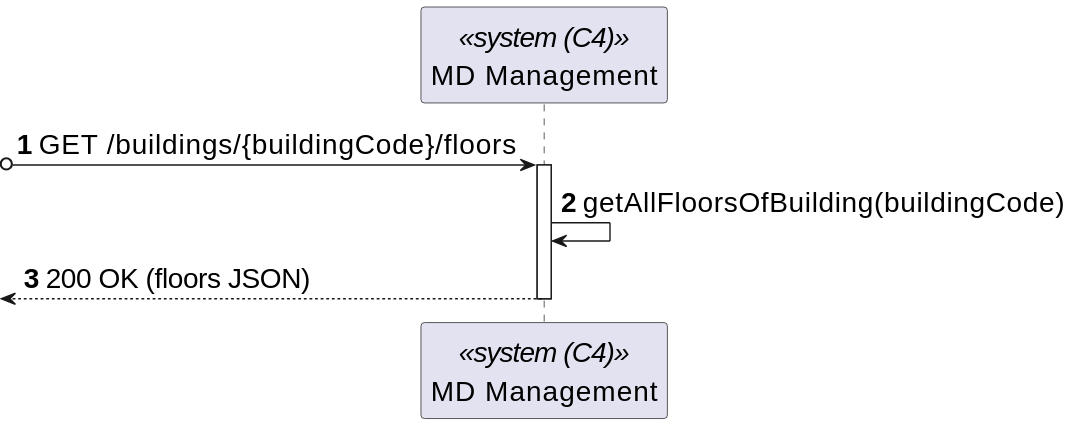
Earlier version of the PlantUML export _wiki/sprint-a/us07-210/views/level-2/assets/process-view.svg (miseEnPlace-dev/lapr5).
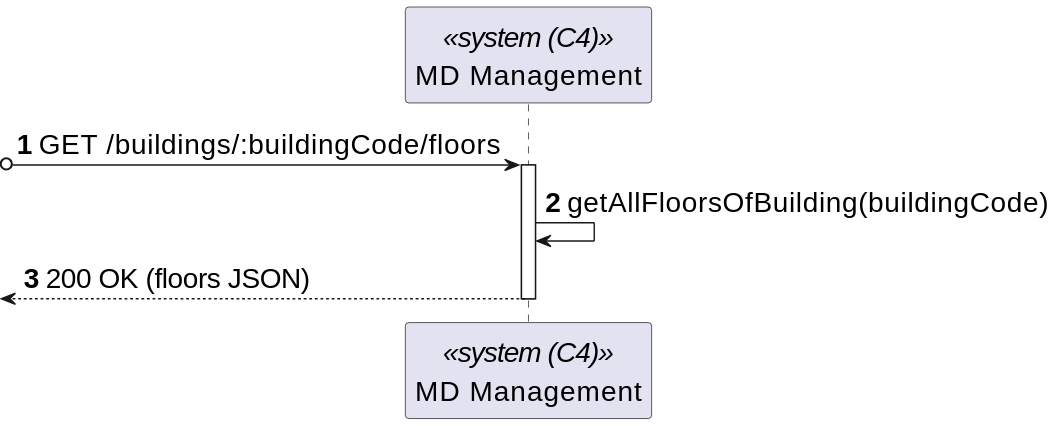
After the commit.

What changed in the source:
```diff
@@ -4,7 +4,7 @@
 participant SYS as "MD Management" <<system (C4)>>
 
 
-?o-> SYS : GET /buildings/{buildingCode}/floors
+?o-> SYS : GET /buildings/:buildingCode/floors
 activate SYS
 
 SYS -> SYS : getAllFloorsOfBuilding(buildingCode)
```
